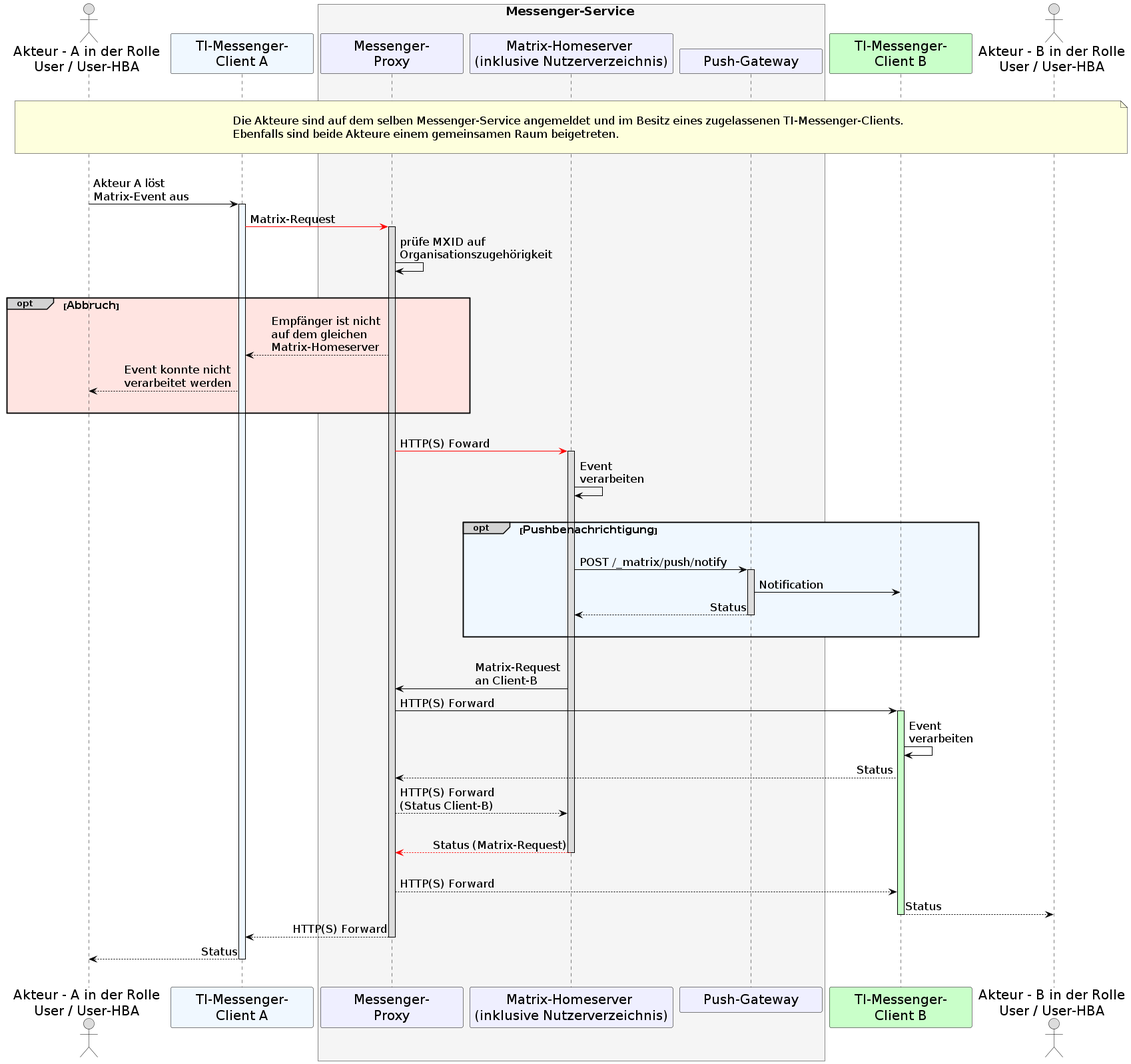
Before: images/diagrams/TI-Messenger-Dienst/Ressourcen/UC_10063_Seq.png, a diagram exported from PlantUML (gematik/api-ti-messenger).
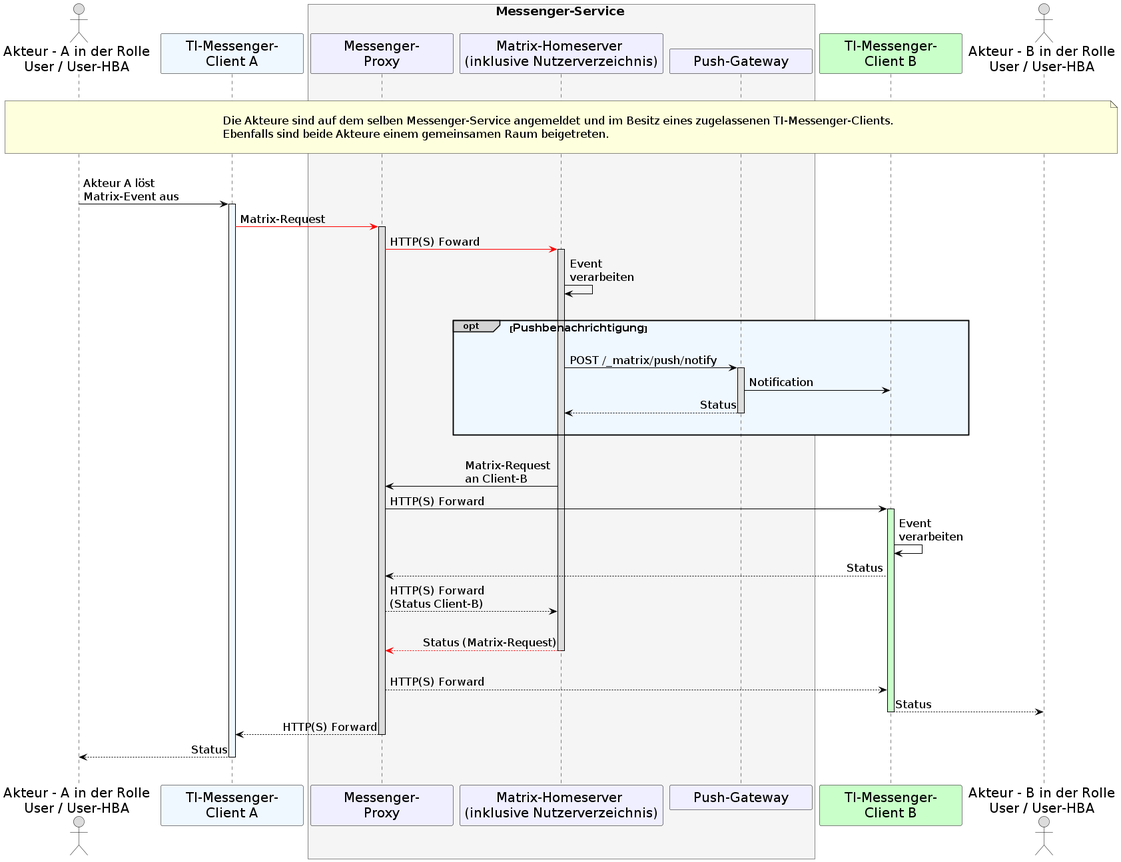
After the commit.

Change to the diagram source:
```diff
@@ -43,16 +43,7 @@
       activate C1 #AliceBlue
     C1-[#red]>MP: Matrix-Request
       activate MP
-    MP->MP: prüfe MXID auf \nOrganisationszugehörigkeit
 
-    |||
-    opt#LightGrey #MistyRose <size:16>Abbruch</size>
-      MP-->C1: Empfänger ist nicht \nauf dem gleichen \nMatrix-Homeserver
-      C1-->U1: Event konnte nicht \nverarbeitet werden
-    |||
-    end
-
-    |||
     MP-[#red]>MH: HTTP(S) Foward
       activate MH
     MH->MH: Event \nverarbeiten
```
